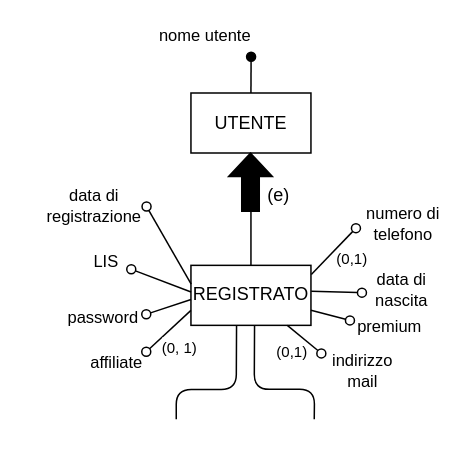
Mattron2000/Basi_di_dati keeps this draw.io diagram as Progetto Esame - DBSperimentazioni A.A. 2023-2024/Diagrammi/generalizzazioni/2.3.2.1_gen_1c_cor.drawio. Above is the earlier version. Source tidied: cells renumbered, new cells numbered last; positions are measured from the earlier drawing's top-left corner, leaving out a move shared by most shapes. Both pictures are drawn from the tidied source at 150%, with x=0, y=0 at pixel (26, 56).
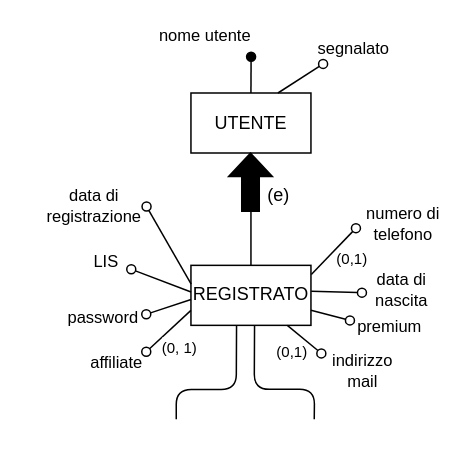
The same diagram, later.

What changed in the source:
```diff
@@
+    <mxCell id="30" style="endArrow=oval;html=1;fillStyle=auto;strokeWidth=1;startSize=6;endSize=6;fillColor=#000000;startArrow=none;startFill=0;endFill=0;exitX=0.75;exitY=0;exitDx=0;exitDy=0;" parent="1" edge="1">
+      <mxGeometry relative="1" as="geometry">
+        <mxPoint x="167.8" y="24.5" as="sourcePoint" />
+        <mxPoint x="197.9" y="5.1" as="targetPoint" />
+      </mxGeometry>
+    </mxCell>
+    <mxCell id="31" value="&lt;font style=&quot;font-size: 11px;&quot;&gt;segnalato&lt;/font&gt;" style="text;html=1;align=center;verticalAlign=middle;strokeColor=none;fillColor=none;" parent="1" vertex="1">
+      <mxGeometry x="183.1" y="-20" width="70" height="30" as="geometry" />
+    </mxCell>
```
